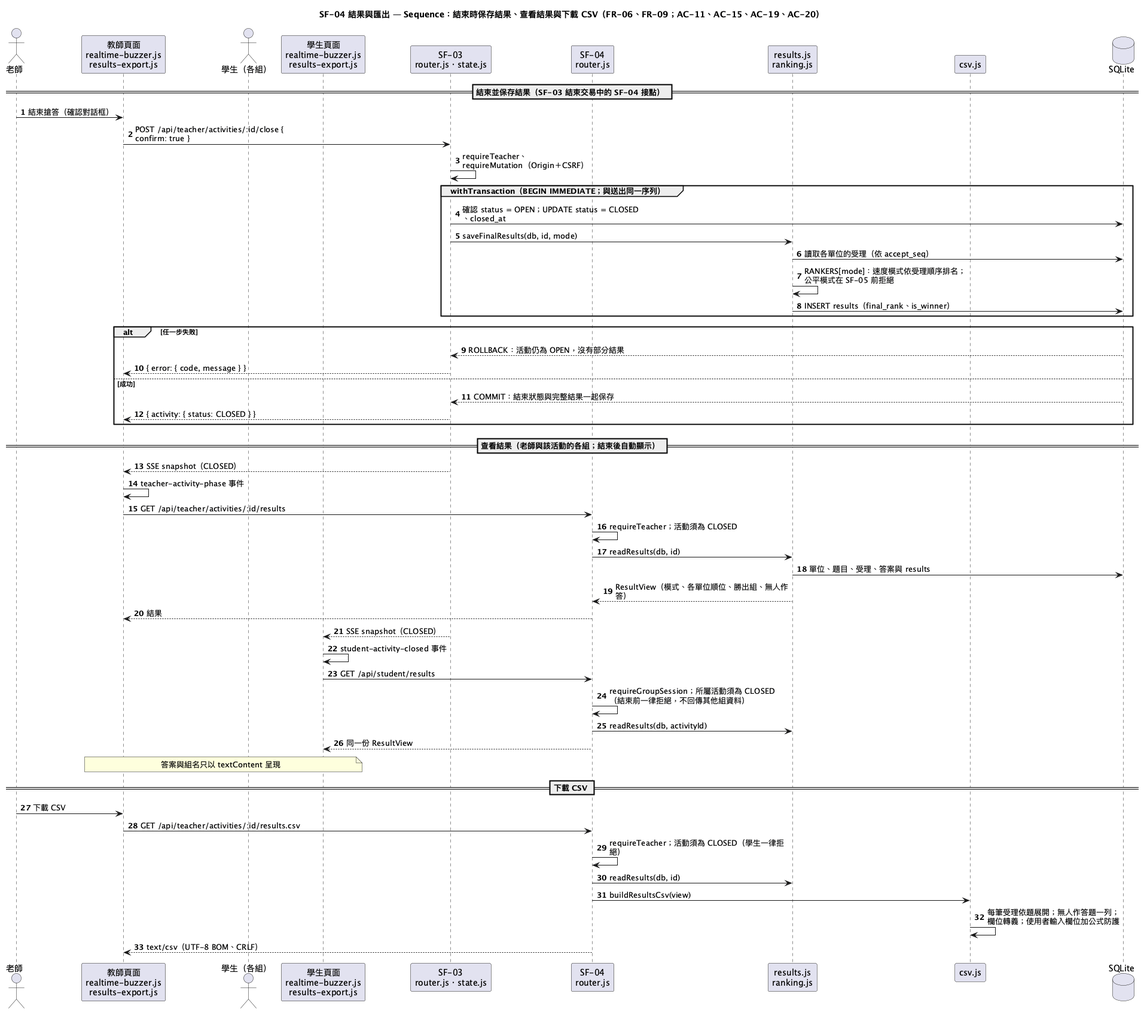
This is diagrams/004-results-export-sequence.png from tom1030507/classroom-buzzer-system-speckit, a PlantUML export, as it was before one commit. The source it was exported from:
```plantuml
@startuml 004-results-export-sequence
title SF-04 結果與匯出 — Sequence：結束時保存結果、查看結果與下載 CSV（FR-06、FR-09；AC-11、AC-15、AC-19、AC-20）
skinparam shadowing false
skinparam sequenceMessageAlign left
skinparam wrapWidth 300
autonumber

actor "老師" as Teacher
participant "教師頁面\nrealtime-buzzer.js\nresults-export.js" as TeacherUI
actor "學生（各組）" as Student
participant "學生頁面\nrealtime-buzzer.js\nresults-export.js" as StudentUI
participant "SF-03\nrouter.js・state.js" as Buzzer
participant "SF-04\nrouter.js" as Router
participant "results.js\nranking.js" as Results
participant "csv.js" as Csv
database "SQLite" as Db

== 結束並保存結果（SF-03 結束交易中的 SF-04 接點） ==
Teacher -> TeacherUI : 結束搶答（確認對話框）
TeacherUI -> Buzzer : POST /api/teacher/activities/:id/close { confirm: true }
Buzzer -> Buzzer : requireTeacher、requireMutation（Origin＋CSRF）
group withTransaction（BEGIN IMMEDIATE；與送出同一序列）
  Buzzer -> Db : 確認 status = OPEN；UPDATE status = CLOSED、closed_at
  Buzzer -> Results : saveFinalResults(db, id, mode)
  Results -> Db : 讀取各單位的受理（依 accept_seq）
  Results -> Results : RANKERS[mode]：速度模式依受理順序排名；\n公平模式在 SF-05 前拒絕
  Results -> Db : INSERT results（final_rank、is_winner）
end
alt 任一步失敗
  Db --> Buzzer : ROLLBACK：活動仍為 OPEN，沒有部分結果
  Buzzer --> TeacherUI : { error: { code, message } }
else 成功
  Db --> Buzzer : COMMIT：結束狀態與完整結果一起保存
  Buzzer --> TeacherUI : { activity: { status: CLOSED } }
end

== 查看結果（老師與該活動的各組；結束後自動顯示） ==
Buzzer --> TeacherUI : SSE snapshot（CLOSED）
TeacherUI -> TeacherUI : teacher-activity-phase 事件
TeacherUI -> Router : GET /api/teacher/activities/:id/results
Router -> Router : requireTeacher；活動須為 CLOSED
Router -> Results : readResults(db, id)
Results -> Db : 單位、題目、受理、答案與 results
Results --> Router : ResultView（模式、各單位順位、勝出組、無人作答）
Router --> TeacherUI : 結果
Buzzer --> StudentUI : SSE snapshot（CLOSED）
StudentUI -> StudentUI : student-activity-closed 事件
StudentUI -> Router : GET /api/student/results
Router -> Router : requireGroupSession；所屬活動須為 CLOSED\n（結束前一律拒絕，不回傳其他組資料）
Router -> Results : readResults(db, activityId)
Router --> StudentUI : 同一份 ResultView
note over TeacherUI, StudentUI : 答案與組名只以 textContent 呈現

== 下載 CSV ==
Teacher -> TeacherUI : 下載 CSV
TeacherUI -> Router : GET /api/teacher/activities/:id/results.csv
Router -> Router : requireTeacher；活動須為 CLOSED（學生一律拒絕）
Router -> Results : readResults(db, id)
Router -> Csv : buildResultsCsv(view)
Csv -> Csv : 每筆受理依題展開；無人作答題一列；\n欄位轉義；使用者輸入欄位加公式防護
Router --> TeacherUI : text/csv（UTF-8 BOM、CRLF）
@enduml
```
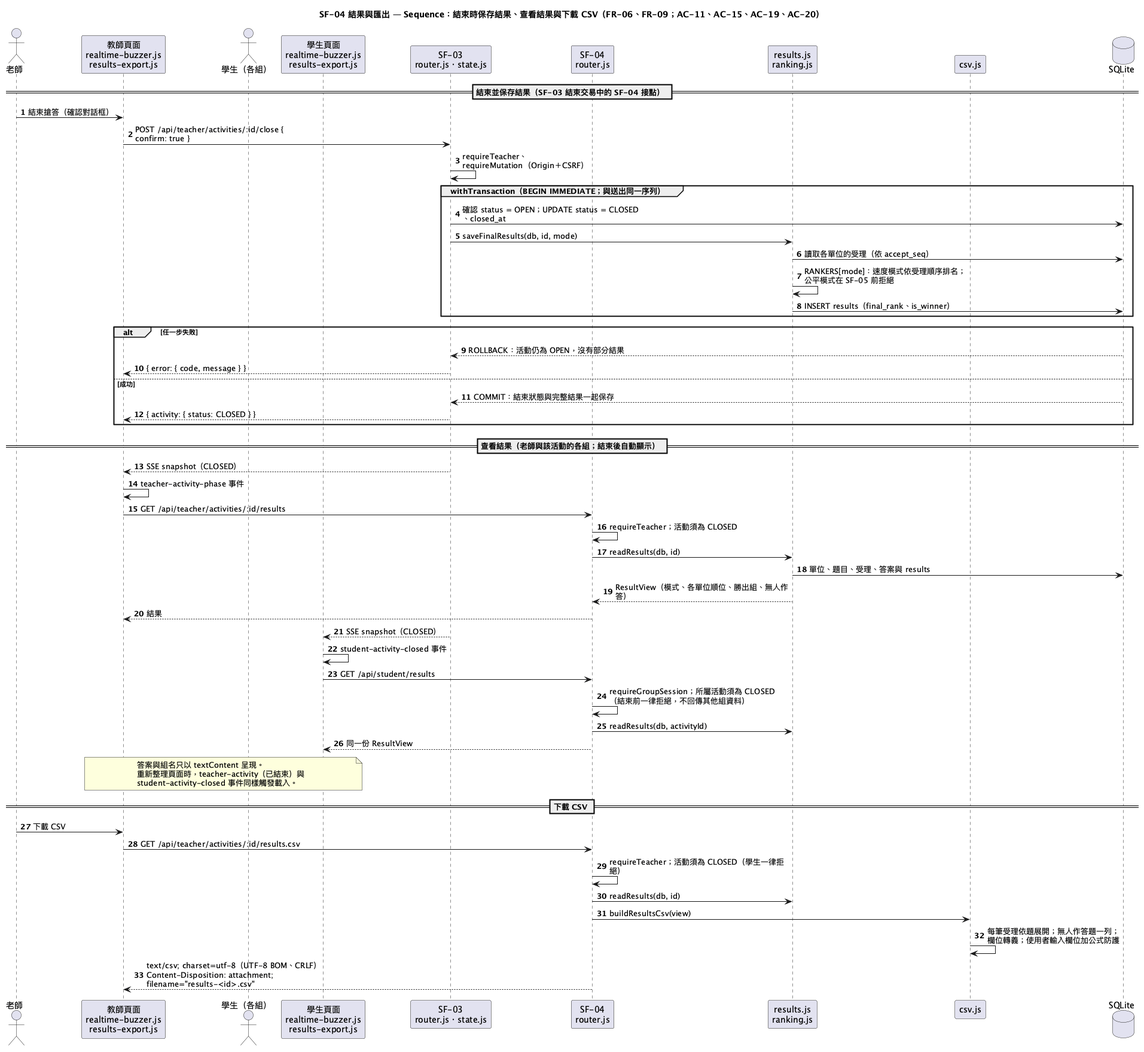
After the commit.

Change to the diagram source:
```diff
@@ -49,7 +49,10 @@
 Router -> Router : requireGroupSession；所屬活動須為 CLOSED\n（結束前一律拒絕，不回傳其他組資料）
 Router -> Results : readResults(db, activityId)
 Router --> StudentUI : 同一份 ResultView
-note over TeacherUI, StudentUI : 答案與組名只以 textContent 呈現
+note over TeacherUI, StudentUI
+  答案與組名只以 textContent 呈現。
+  重新整理頁面時，teacher-activity（已結束）與 student-activity-closed 事件同樣觸發載入。
+end note
 
 == 下載 CSV ==
 Teacher -> TeacherUI : 下載 CSV
@@ -58,5 +61,5 @@
 Router -> Results : readResults(db, id)
 Router -> Csv : buildResultsCsv(view)
 Csv -> Csv : 每筆受理依題展開；無人作答題一列；\n欄位轉義；使用者輸入欄位加公式防護
-Router --> TeacherUI : text/csv（UTF-8 BOM、CRLF）
+Router --> TeacherUI : text/csv; charset=utf-8（UTF-8 BOM、CRLF）\nContent-Disposition: attachment; filename="results-<id>.csv"
 @enduml
```
